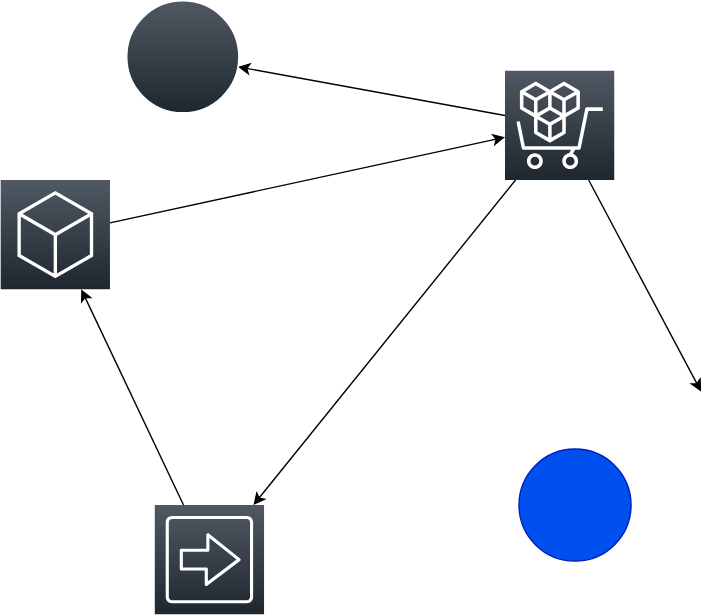
This is diagram-2.drawio.svg from lolaiur/aws-env, a draw.io export, as it was before one commit. Source tidied: cells renumbered, new cells last; positions are measured from the earlier drawing's top-left corner, leaving out a move shared by most shapes.
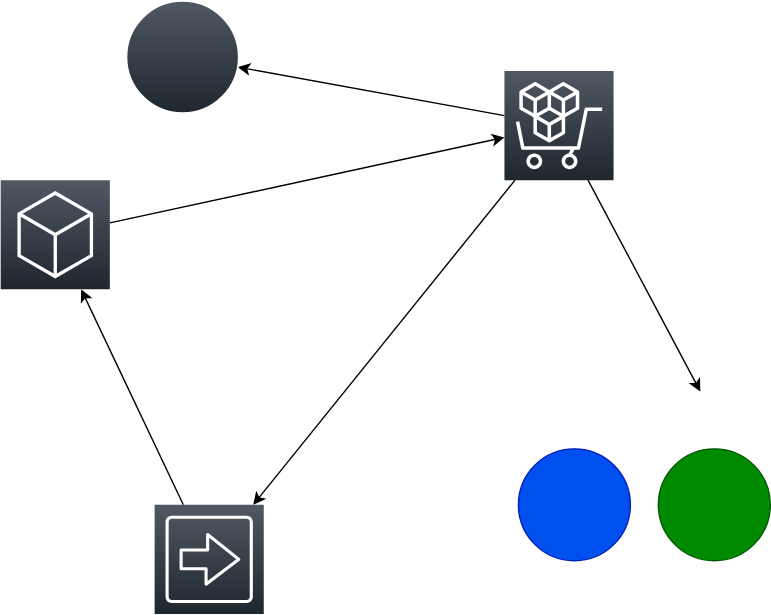
The same file after the commit.

Change to the diagram source:
```diff
@@ -34,5 +34,8 @@
     <mxCell id="11" style="ellipse;whiteSpace=wrap;html=1;verticalAlign=top;fillColor=#0050ef;strokeColor=#001DBC;fontColor=#ffffff;sketch=0;gradientDirection=north;dashed=0;fontStyle=0;" parent="1" vertex="1">
       <mxGeometry x="370" y="320" width="80" height="80" as="geometry" />
     </mxCell>
+    <mxCell id="12" style="ellipse;whiteSpace=wrap;html=1;verticalAlign=top;fillColor=#008a00;strokeColor=#005700;fontColor=#ffffff;sketch=0;gradientDirection=north;dashed=0;fontStyle=0;" parent="1" vertex="1">
+      <mxGeometry x="470" y="320" width="80" height="80" as="geometry" />
+    </mxCell>
   </root>
 </mxGraphModel>
```
